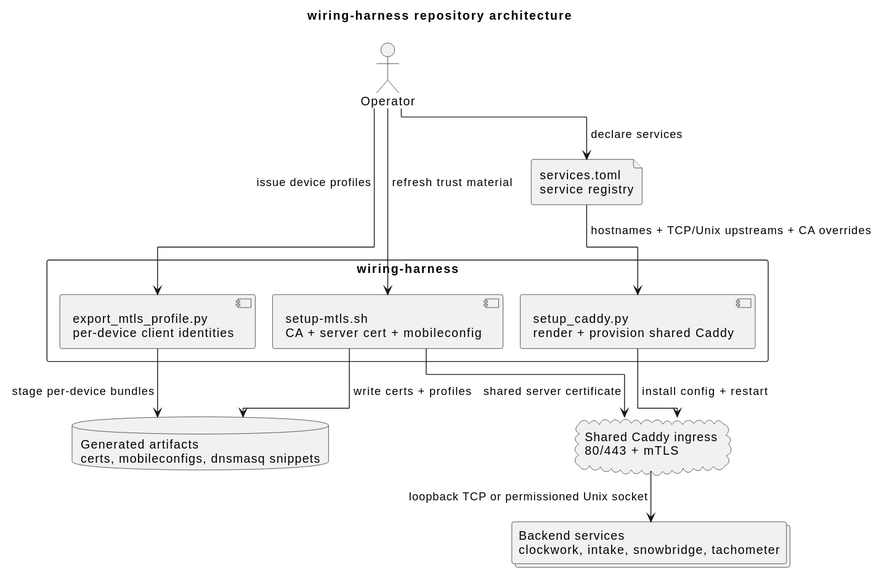
Earlier version of the PlantUML export docs/diagrams/repo-architecture.puml.svg (casonk/wiring-harness). The source it was exported from:
```plantuml
@startuml
!pragma layout elk
title wiring-harness repository architecture

actor "Operator" as operator
file "services.toml\nservice registry" as registry

rectangle "wiring-harness" {
  component "setup-mtls.sh\nCA + server cert + mobileconfig" as mtls
  component "setup_caddy.py\nrender + provision shared Caddy" as caddy
  component "export_mtls_profile.py\nper-device client identities" as export
}

cloud "Shared Caddy ingress\n80/443 + mTLS" as ingress
collections "Backend services\nclockwork, intake, snowbridge, tachometer" as backends
database "Generated artifacts\ncerts, mobileconfigs, dnsmasq snippets" as artifacts

operator --> registry : declare services
registry --> caddy : hostnames + TCP/Unix upstreams + CA overrides
operator --> mtls : refresh trust material
operator --> export : issue device profiles
mtls --> artifacts : write certs + profiles
export --> artifacts : stage per-device bundles
caddy --> ingress : install config + restart
ingress --> backends : loopback TCP or permissioned Unix socket
mtls --> ingress : shared server certificate
@enduml
```
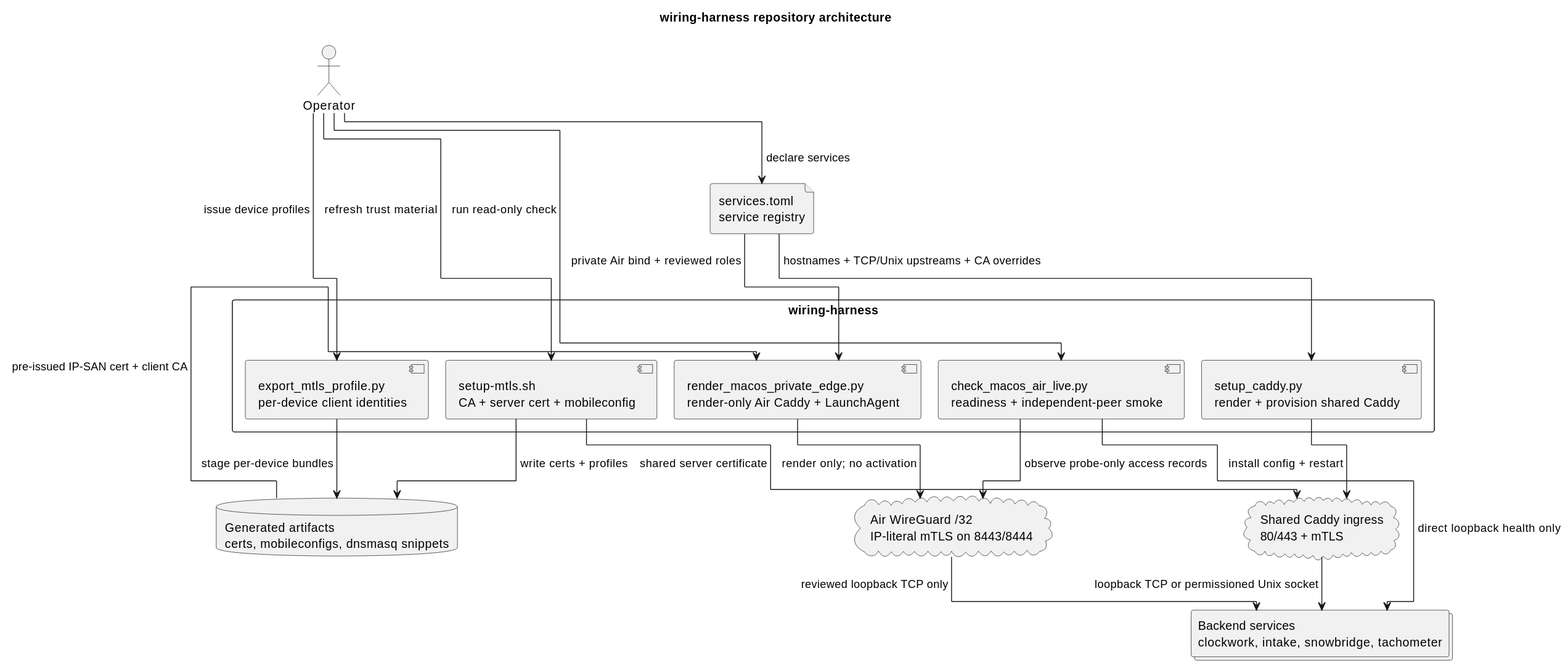
After the commit.

Diff of the diagram source:
```diff
@@ -8,20 +8,30 @@
 rectangle "wiring-harness" {
   component "setup-mtls.sh\nCA + server cert + mobileconfig" as mtls
   component "setup_caddy.py\nrender + provision shared Caddy" as caddy
+  component "render_macos_private_edge.py\nrender-only Air Caddy + LaunchAgent" as macedge
+  component "check_macos_air_live.py\nreadiness + independent-peer smoke" as aircheck
   component "export_mtls_profile.py\nper-device client identities" as export
 }
 
 cloud "Shared Caddy ingress\n80/443 + mTLS" as ingress
+cloud "Air WireGuard /32\nIP-literal mTLS on 8443/8444" as airingress
 collections "Backend services\nclockwork, intake, snowbridge, tachometer" as backends
 database "Generated artifacts\ncerts, mobileconfigs, dnsmasq snippets" as artifacts
 
 operator --> registry : declare services
 registry --> caddy : hostnames + TCP/Unix upstreams + CA overrides
+registry --> macedge : private Air bind + reviewed roles
 operator --> mtls : refresh trust material
 operator --> export : issue device profiles
+operator --> aircheck : run read-only check
 mtls --> artifacts : write certs + profiles
 export --> artifacts : stage per-device bundles
 caddy --> ingress : install config + restart
+macedge --> airingress : render only; no activation
+aircheck --> airingress : observe probe-only access records
+aircheck --> backends : direct loopback health only
 ingress --> backends : loopback TCP or permissioned Unix socket
+airingress --> backends : reviewed loopback TCP only
 mtls --> ingress : shared server certificate
+artifacts --> macedge : pre-issued IP-SAN cert + client CA
 @enduml
```
